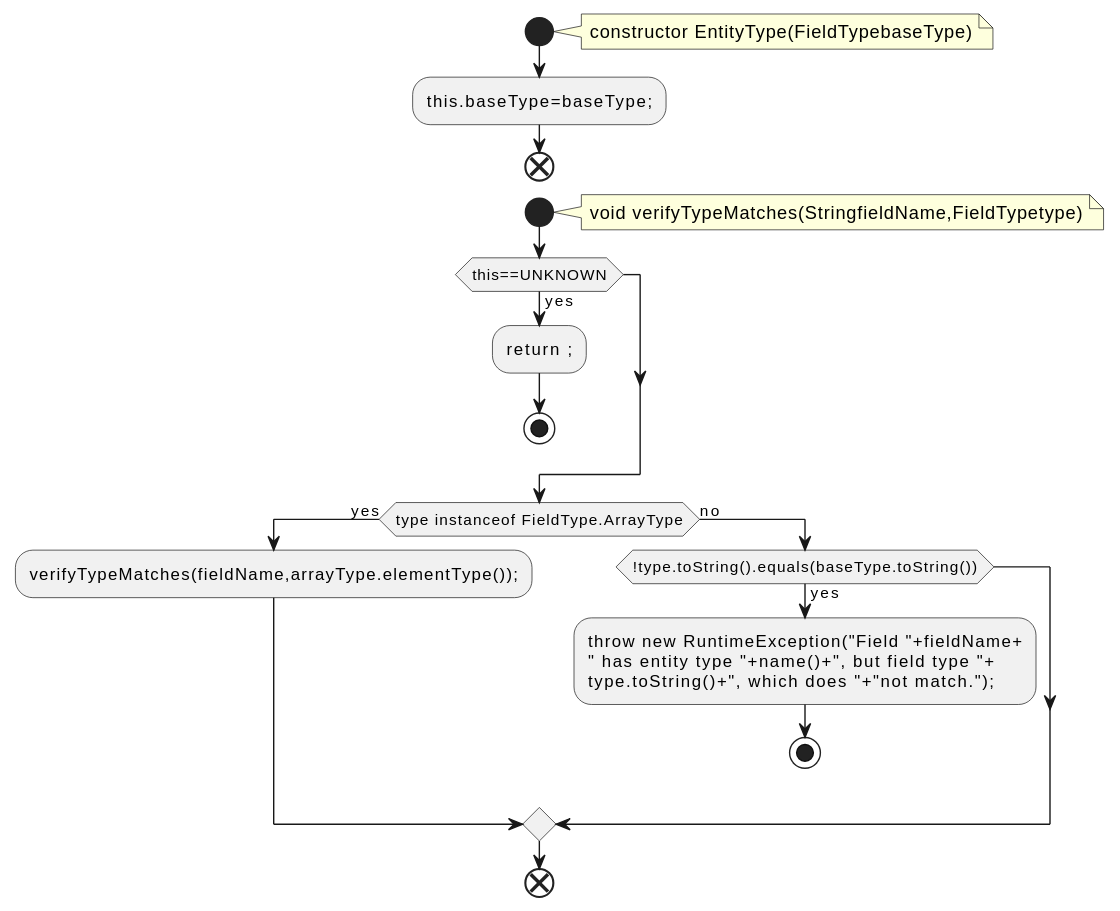
The PlantUML diagram docs/qc/generator/src/main/java/org/apache/kafka/message/EntityType.java.fct.svg in qualitesys/kafka, before a commit.
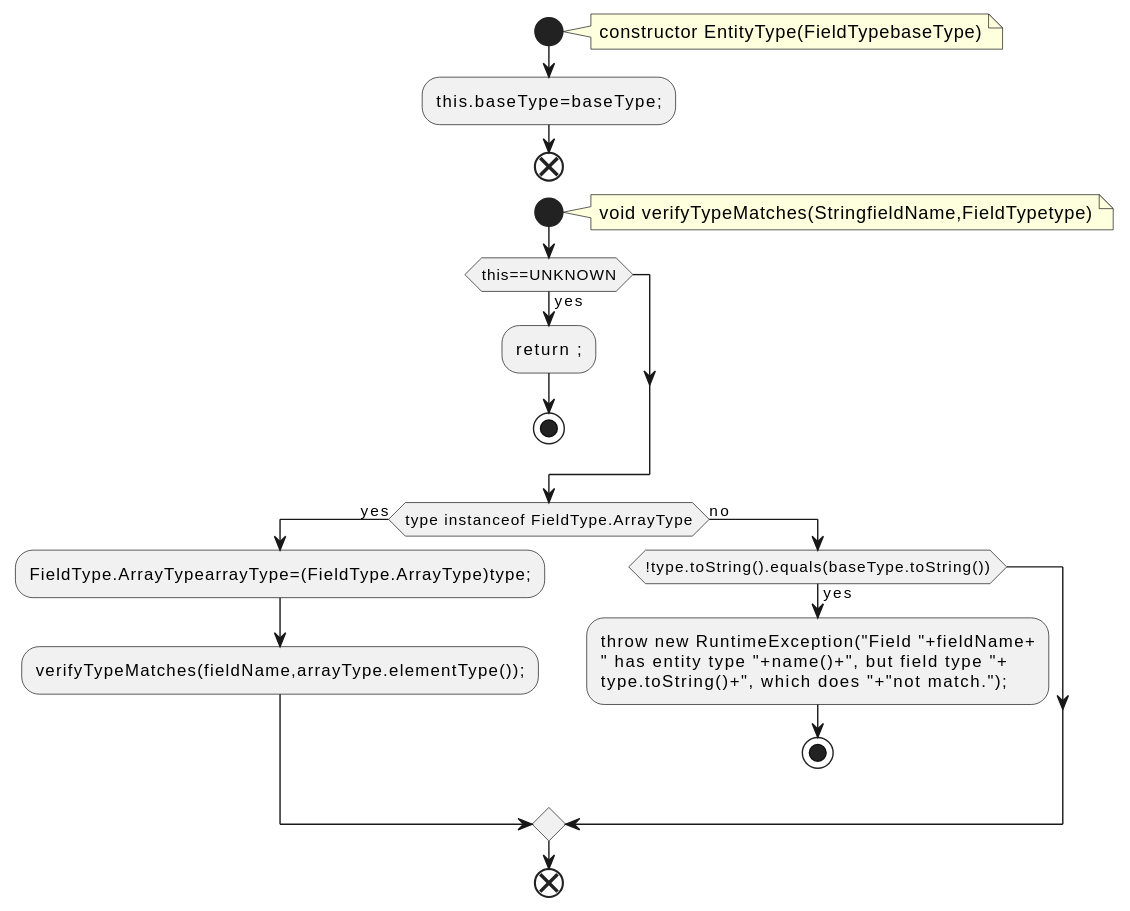
The same diagram one commit later.

What changed in the source:
```diff
@@ -15,6 +15,7 @@
 stop
 endif
 if (type instanceof FieldType.ArrayType) then (yes)
+:FieldType.ArrayTypearrayType=(FieldType.ArrayType)type;;
 :verifyTypeMatches(fieldName,arrayType.elementType());;
 else (no)
 if (!type.toString().equals(baseType.toString())) then (yes)
```
